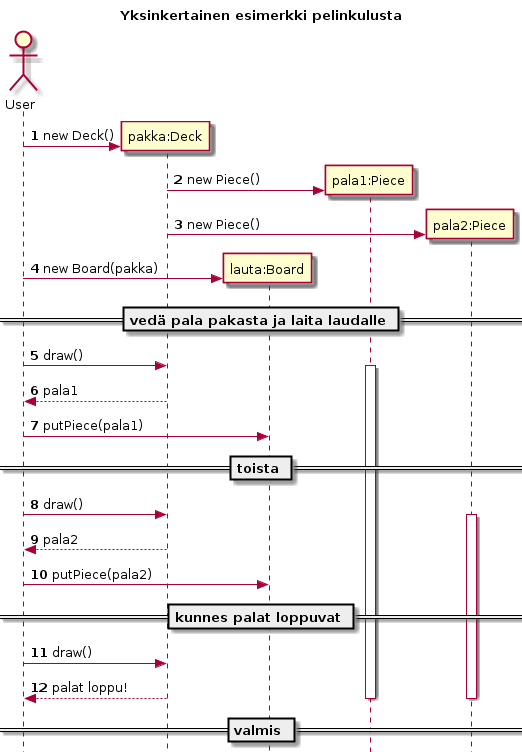
The PlantUML diagram doc/sekvenssi1.png in noggimcey/villebasse, before a commit. Source of this version:
```plantuml
@startuml sequence1.png

title Yksinkertainen esimerkki pelinkulusta
autonumber
hide footbox

actor User
participant "pakka:Deck" as pakka
participant "lauta:Board" as lauta
participant "pala1:Piece" as pala1
participant "pala2:Piece" as pala2

create pakka
User -> pakka: new Deck()

create pala1
pakka -> pala1: new Piece()
create pala2
pakka -> pala2: new Piece()

create lauta
User -> lauta: new Board(pakka)

== vedä pala pakasta ja laita laudalle ==
User ->  pakka: draw()
activate pala1
User <-- pakka: pala1
User ->  lauta: putPiece(pala1)
== toista ==
User ->  pakka: draw()
activate pala2
User <-- pakka: pala2
User ->  lauta: putPiece(pala2)
== kunnes palat loppuvat ==
User ->  pakka: draw()
User <-- pakka: palat loppu!

== valmis ==

deactivate pala1
deactivate pala2

@enduml
```
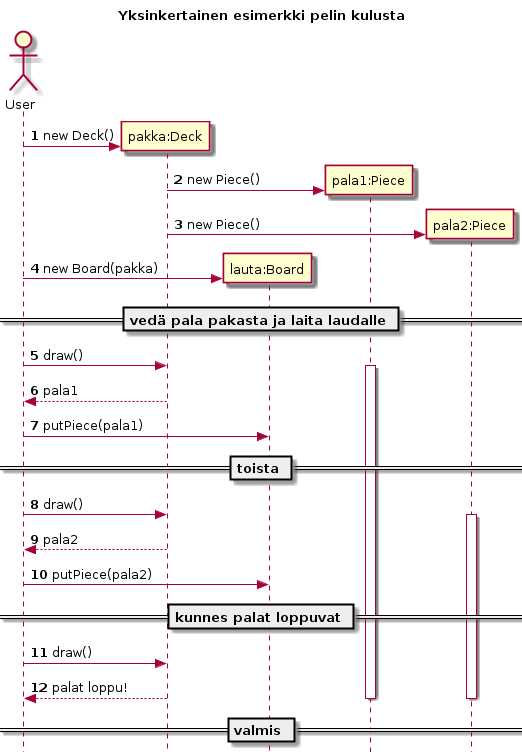
After the commit.

Commit message:
doc/sekvenssi2.*: UISwing

Diff of the diagram source:
```diff
@@ -1,6 +1,6 @@
-@startuml sequence1.png
+@startuml sekvenssi1.png
 
-title Yksinkertainen esimerkki pelinkulusta
+title Yksinkertainen esimerkki pelin kulusta
 autonumber
 hide footbox
 
```
